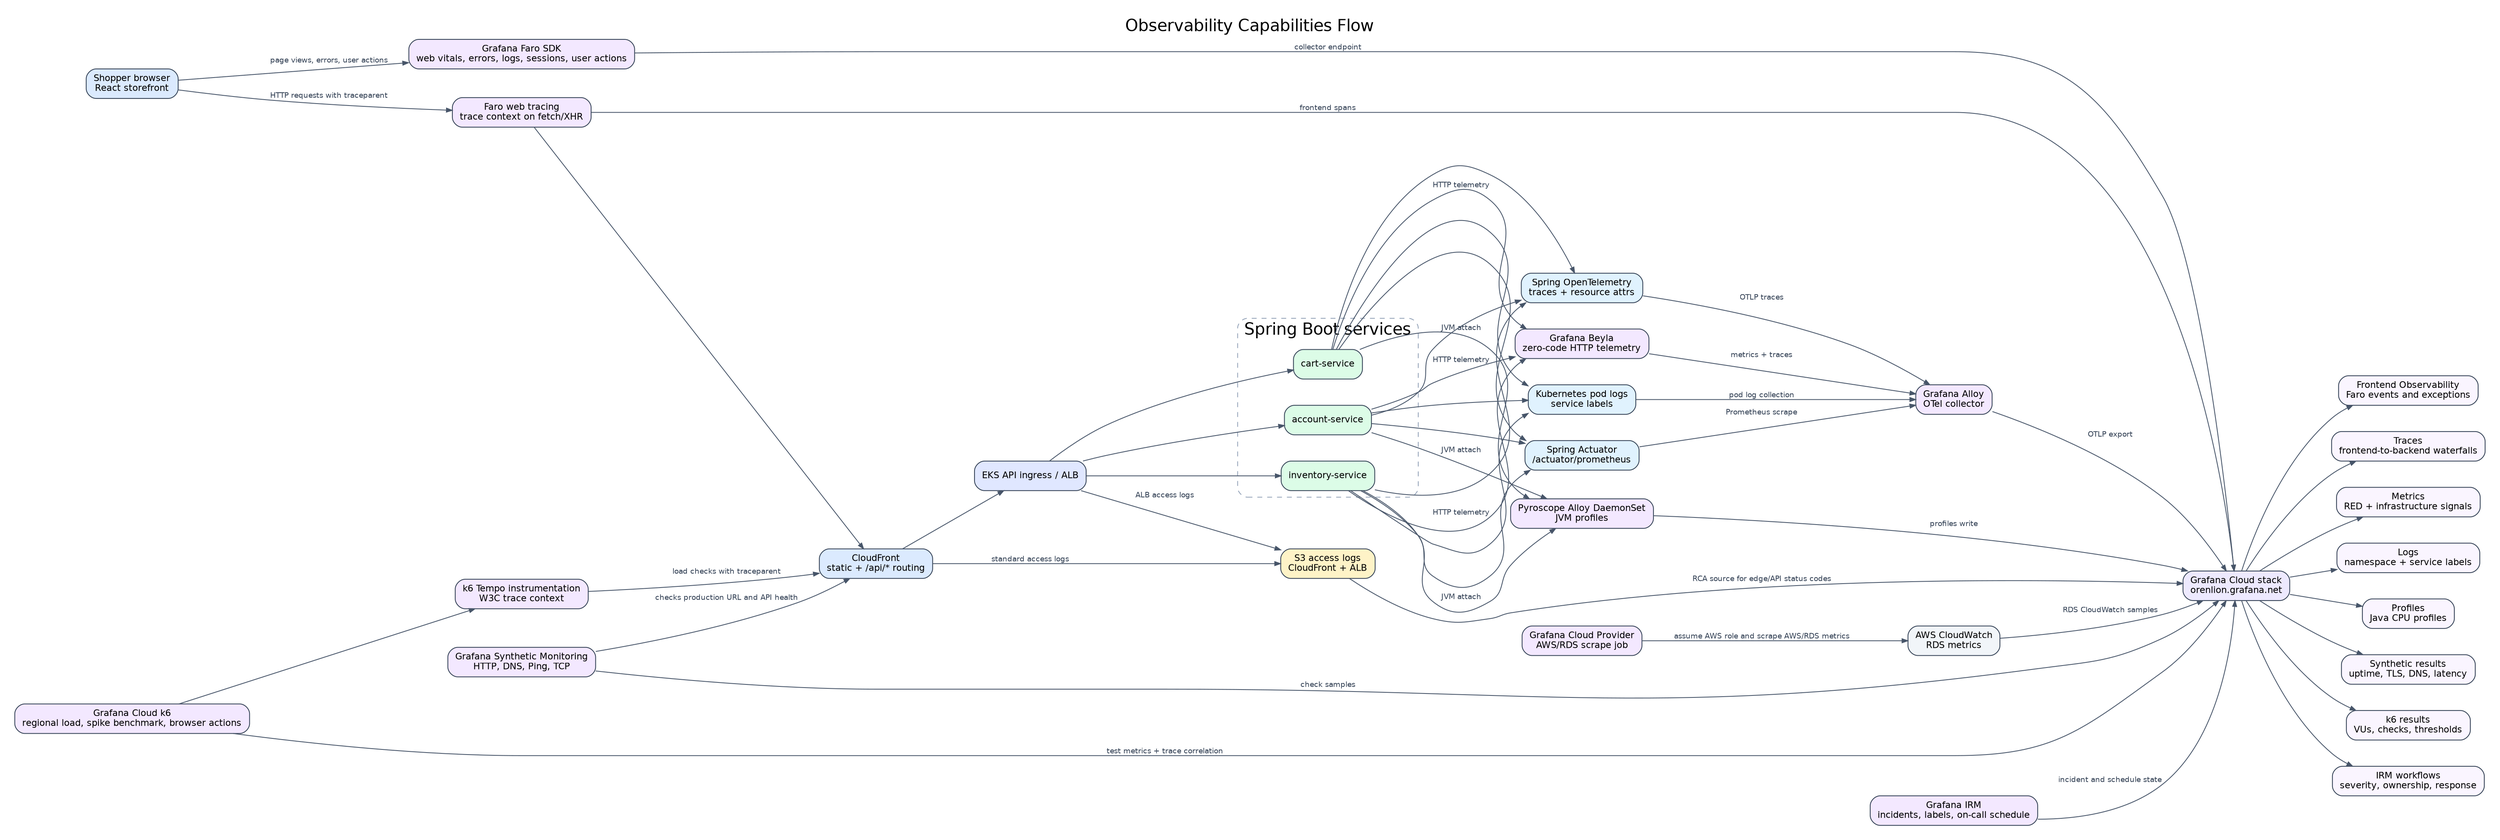
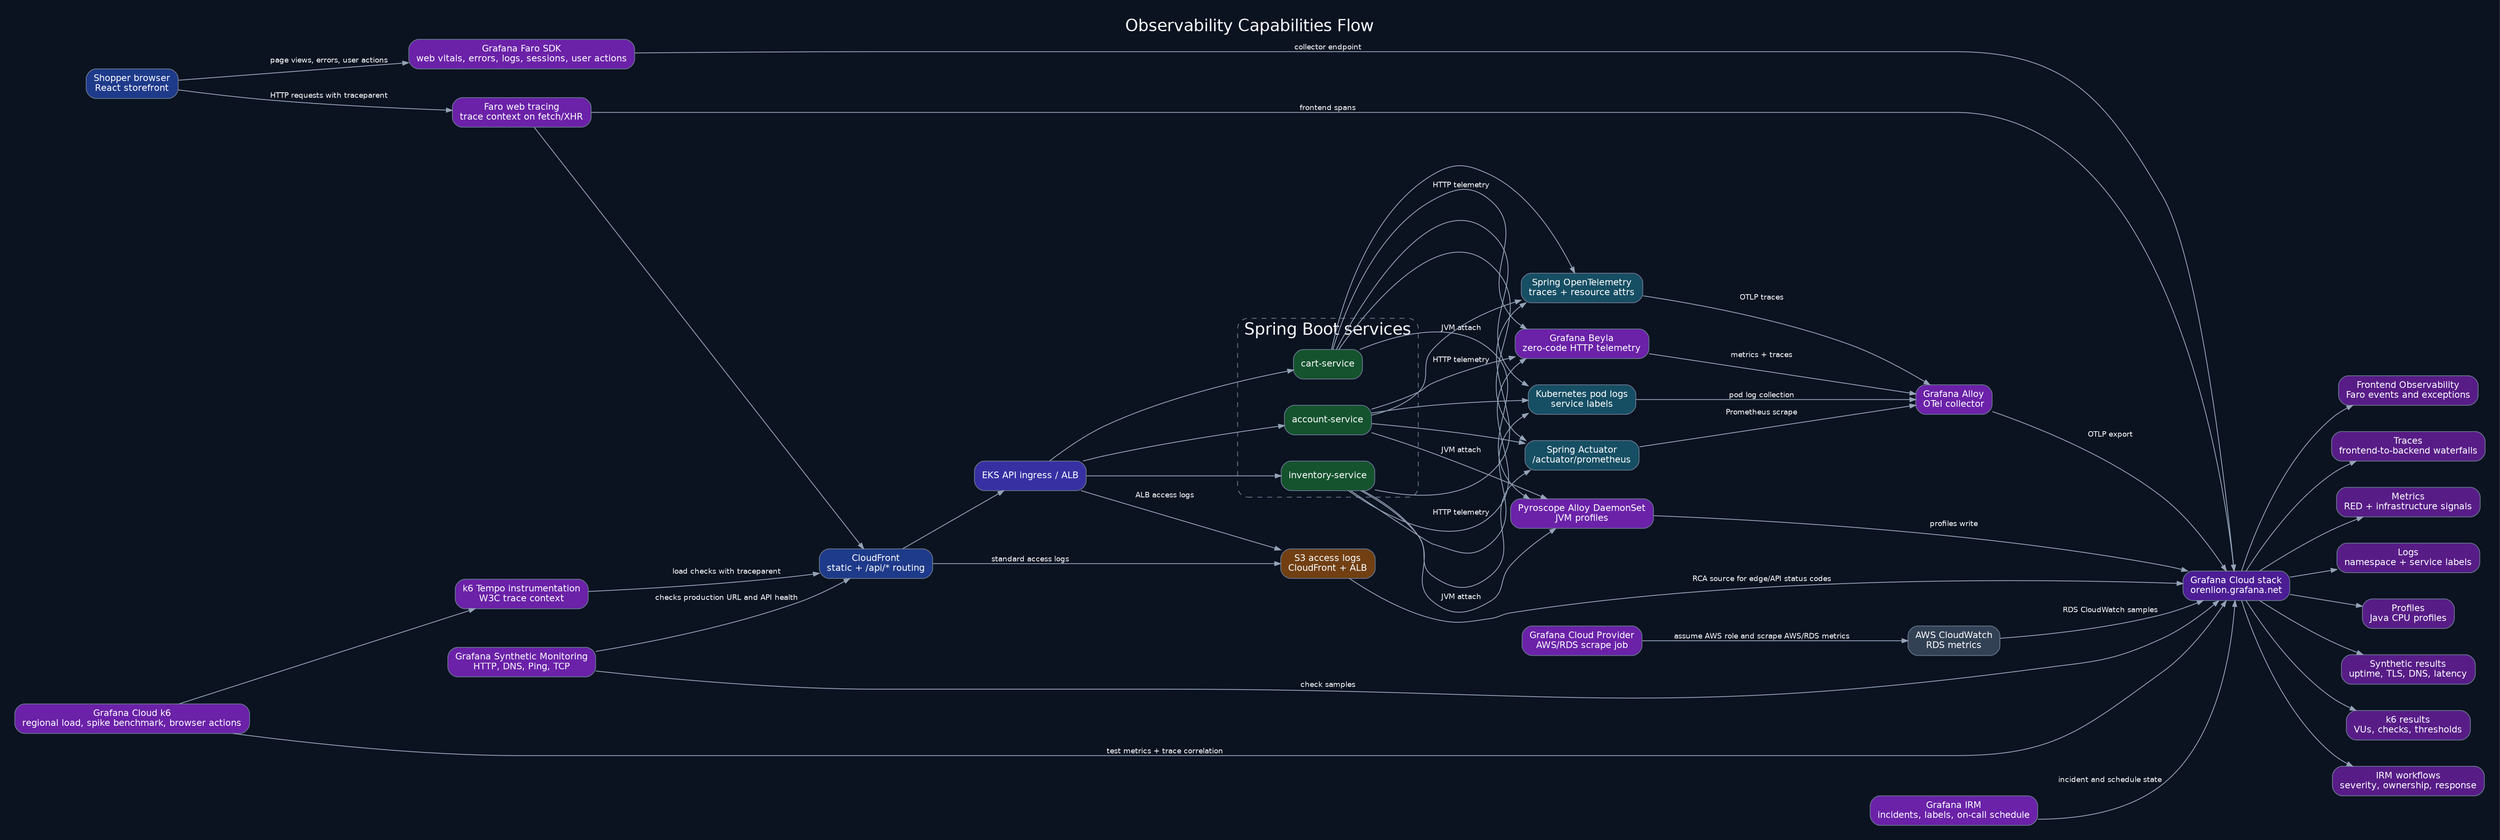
digraph observability_capabilities_flow {
  rankdir=LR;
  label="Observability Capabilities Flow";

  graph [
    fontname="Helvetica",
    fontsize=20,
    labelloc=t,
-     bgcolor="white",
+     bgcolor="#0b1220",
+     fontcolor="#f8fafc",
    pad=0.25,
    nodesep=0.45,
    ranksep=0.7
  ];
  node [
    shape=box,
    style="rounded,filled",
    fontname="Helvetica",
    fontsize=11,
-     color="#334155",
-     fillcolor="#f8fafc",
+     color="#64748b",
+     fillcolor="#111827",
+     fontcolor="#f8fafc",
    margin="0.12,0.08"
  ];
  edge [
    fontname="Helvetica",
    fontsize=9,
-     color="#475569",
-     fontcolor="#334155",
+     color="#94a3b8",
+     fontcolor="#f8fafc",
    arrowsize=0.7
  ];


-   browser [label="Shopper browser\nReact storefront", fillcolor="#dbeafe"];
-   faro [label="Grafana Faro SDK\nweb vitals, errors, logs, sessions, user actions", fillcolor="#f3e8ff"];
-   tracing [label="Faro web tracing\ntrace context on fetch/XHR", fillcolor="#f3e8ff"];
-   cloudfront [label="CloudFront\nstatic + /api/* routing", fillcolor="#dbeafe"];
-   ingress [label="EKS API ingress / ALB", fillcolor="#e0e7ff"];
-   edgeLogs [label="S3 access logs\nCloudFront + ALB", fillcolor="#fef3c7"];
+   browser [label="Shopper browser\nReact storefront", fillcolor="#1e3a8a"];
+   faro [label="Grafana Faro SDK\nweb vitals, errors, logs, sessions, user actions", fillcolor="#6b21a8"];
+   tracing [label="Faro web tracing\ntrace context on fetch/XHR", fillcolor="#6b21a8"];
+   cloudfront [label="CloudFront\nstatic + /api/* routing", fillcolor="#1e3a8a"];
+   ingress [label="EKS API ingress / ALB", fillcolor="#3730a3"];
+   edgeLogs [label="S3 access logs\nCloudFront + ALB", fillcolor="#713f12"];

  subgraph cluster_services {
    label="Spring Boot services";
-     color="#94a3b8";
+     color="#64748b";
+     fontcolor="#f8fafc";
    style="rounded,dashed";
-     inventory [label="inventory-service", fillcolor="#dcfce7"];
-     cart [label="cart-service", fillcolor="#dcfce7"];
-     account [label="account-service", fillcolor="#dcfce7"];
+     inventory [label="inventory-service", fillcolor="#14532d"];
+     cart [label="cart-service", fillcolor="#14532d"];
+     account [label="account-service", fillcolor="#14532d"];
  }

-   actuator [label="Spring Actuator\n/actuator/prometheus", fillcolor="#e0f2fe"];
-   otel [label="Spring OpenTelemetry\ntraces + resource attrs", fillcolor="#e0f2fe"];
-   logs [label="Kubernetes pod logs\nservice labels", fillcolor="#e0f2fe"];
-   beyla [label="Grafana Beyla\nzero-code HTTP telemetry", fillcolor="#f3e8ff"];
-   pyroscope [label="Pyroscope Alloy DaemonSet\nJVM profiles", fillcolor="#f3e8ff"];
-   alloy [label="Grafana Alloy\nOTel collector", fillcolor="#f3e8ff"];
-   cloudwatch [label="AWS CloudWatch\nRDS metrics", fillcolor="#f1f5f9"];
-   cloudwatchScrape [label="Grafana Cloud Provider\nAWS/RDS scrape job", fillcolor="#f3e8ff"];
-   synth [label="Grafana Synthetic Monitoring\nHTTP, DNS, Ping, TCP", fillcolor="#f3e8ff"];
-   k6 [label="Grafana Cloud k6\nregional load, spike benchmark, browser actions", fillcolor="#f3e8ff"];
-   k6Tracing [label="k6 Tempo instrumentation\nW3C trace context", fillcolor="#f3e8ff"];
-   irm [label="Grafana IRM\nincidents, labels, on-call schedule", fillcolor="#f3e8ff"];
+   actuator [label="Spring Actuator\n/actuator/prometheus", fillcolor="#164e63"];
+   otel [label="Spring OpenTelemetry\ntraces + resource attrs", fillcolor="#164e63"];
+   logs [label="Kubernetes pod logs\nservice labels", fillcolor="#164e63"];
+   beyla [label="Grafana Beyla\nzero-code HTTP telemetry", fillcolor="#6b21a8"];
+   pyroscope [label="Pyroscope Alloy DaemonSet\nJVM profiles", fillcolor="#6b21a8"];
+   alloy [label="Grafana Alloy\nOTel collector", fillcolor="#6b21a8"];
+   cloudwatch [label="AWS CloudWatch\nRDS metrics", fillcolor="#334155"];
+   cloudwatchScrape [label="Grafana Cloud Provider\nAWS/RDS scrape job", fillcolor="#6b21a8"];
+   synth [label="Grafana Synthetic Monitoring\nHTTP, DNS, Ping, TCP", fillcolor="#6b21a8"];
+   k6 [label="Grafana Cloud k6\nregional load, spike benchmark, browser actions", fillcolor="#6b21a8"];
+   k6Tracing [label="k6 Tempo instrumentation\nW3C trace context", fillcolor="#6b21a8"];
+   irm [label="Grafana IRM\nincidents, labels, on-call schedule", fillcolor="#6b21a8"];

-   grafana [label="Grafana Cloud stack\norenlion.grafana.net", fillcolor="#ede9fe"];
-   frontendObs [label="Frontend Observability\nFaro events and exceptions", fillcolor="#faf5ff"];
-   tempo [label="Traces\nfrontend-to-backend waterfalls", fillcolor="#faf5ff"];
-   prometheus [label="Metrics\nRED + infrastructure signals", fillcolor="#faf5ff"];
-   loki [label="Logs\nnamespace + service labels", fillcolor="#faf5ff"];
-   profiles [label="Profiles\nJava CPU profiles", fillcolor="#faf5ff"];
-   smResults [label="Synthetic results\nuptime, TLS, DNS, latency", fillcolor="#faf5ff"];
-   k6Results [label="k6 results\nVUs, checks, thresholds", fillcolor="#faf5ff"];
-   incidents [label="IRM workflows\nseverity, ownership, response", fillcolor="#faf5ff"];
+   grafana [label="Grafana Cloud stack\norenlion.grafana.net", fillcolor="#4c1d95"];
+   frontendObs [label="Frontend Observability\nFaro events and exceptions", fillcolor="#581c87"];
+   tempo [label="Traces\nfrontend-to-backend waterfalls", fillcolor="#581c87"];
+   prometheus [label="Metrics\nRED + infrastructure signals", fillcolor="#581c87"];
+   loki [label="Logs\nnamespace + service labels", fillcolor="#581c87"];
+   profiles [label="Profiles\nJava CPU profiles", fillcolor="#581c87"];
+   smResults [label="Synthetic results\nuptime, TLS, DNS, latency", fillcolor="#581c87"];
+   k6Results [label="k6 results\nVUs, checks, thresholds", fillcolor="#581c87"];
+   incidents [label="IRM workflows\nseverity, ownership, response", fillcolor="#581c87"];

  browser -> faro [label="page views, errors, user actions"];
  browser -> tracing [label="HTTP requests with traceparent"];
  tracing -> cloudfront -> ingress;
  cloudfront -> edgeLogs [label="standard access logs"];
  ingress -> edgeLogs [label="ALB access logs"];
  ingress -> inventory;
  ingress -> cart;
  ingress -> account;
  faro -> grafana [label="collector endpoint"];
  tracing -> grafana [label="frontend spans"];
  inventory -> actuator;
  cart -> actuator;
  account -> actuator;
  inventory -> otel;
  cart -> otel;
  account -> otel;
  inventory -> logs;
  cart -> logs;
  account -> logs;
  inventory -> beyla [label="HTTP telemetry"];
  cart -> beyla [label="HTTP telemetry"];
  account -> beyla [label="HTTP telemetry"];
  inventory -> pyroscope [label="JVM attach"];
  cart -> pyroscope [label="JVM attach"];
  account -> pyroscope [label="JVM attach"];
  actuator -> alloy [label="Prometheus scrape"];
  otel -> alloy [label="OTLP traces"];
  logs -> alloy [label="pod log collection"];
  edgeLogs -> grafana [label="RCA source for edge/API status codes"];
  beyla -> alloy [label="metrics + traces"];
  pyroscope -> grafana [label="profiles write"];
  alloy -> grafana [label="OTLP export"];
  cloudwatchScrape -> cloudwatch [label="assume AWS role and scrape AWS/RDS metrics"];
  cloudwatch -> grafana [label="RDS CloudWatch samples"];
  synth -> cloudfront [label="checks production URL and API health"];
  synth -> grafana [label="check samples"];
  k6 -> k6Tracing;
  k6Tracing -> cloudfront [label="load checks with traceparent"];
  k6 -> grafana [label="test metrics + trace correlation"];
  irm -> grafana [label="incident and schedule state"];
  grafana -> frontendObs;
  grafana -> tempo;
  grafana -> prometheus;
  grafana -> loki;
  grafana -> profiles;
  grafana -> smResults;
  grafana -> k6Results;
  grafana -> incidents;
}
